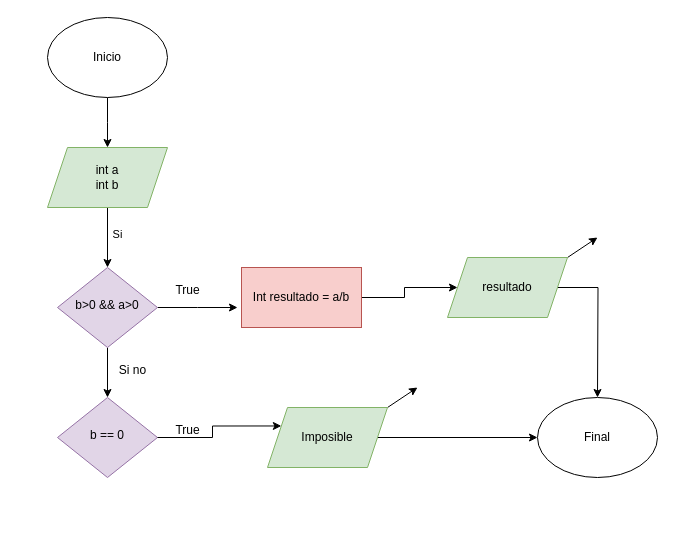
The draw.io diagram diagrama1.3.drawio in Dakotaflores/Diagramasdeflujo, before the edit. Source tidied: cells renumbered, new cells numbered last; positions are measured from the earlier drawing's top-left corner, leaving out a move shared by most shapes. Both pictures are drawn from the tidied source at 100%, with x=0, y=0 at pixel (47, 17).
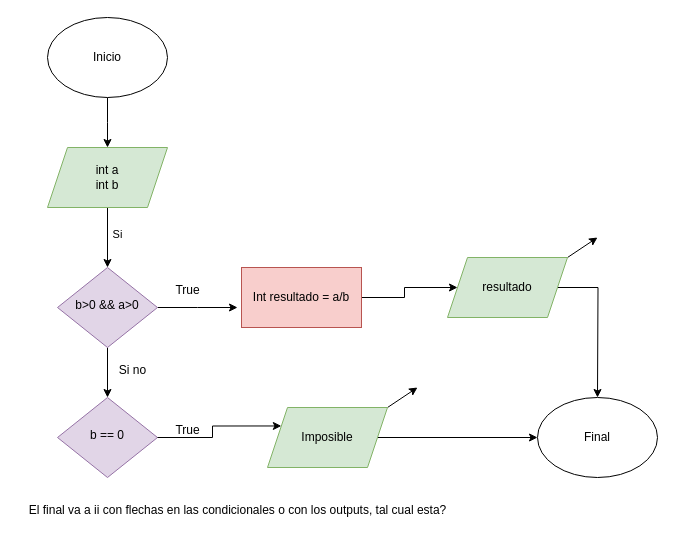
The same page after the edit.

What changed in the source:
```diff
@@
+    <mxCell id="25" value="El final va a ii con flechas en las condicionales o con los outputs, tal cual esta?" style="text;html=1;align=center;verticalAlign=middle;strokeColor=none;fillColor=none;" parent="1" vertex="1">
+      <mxGeometry x="-30" y="478" width="440" height="30" as="geometry" />
+    </mxCell>
```
